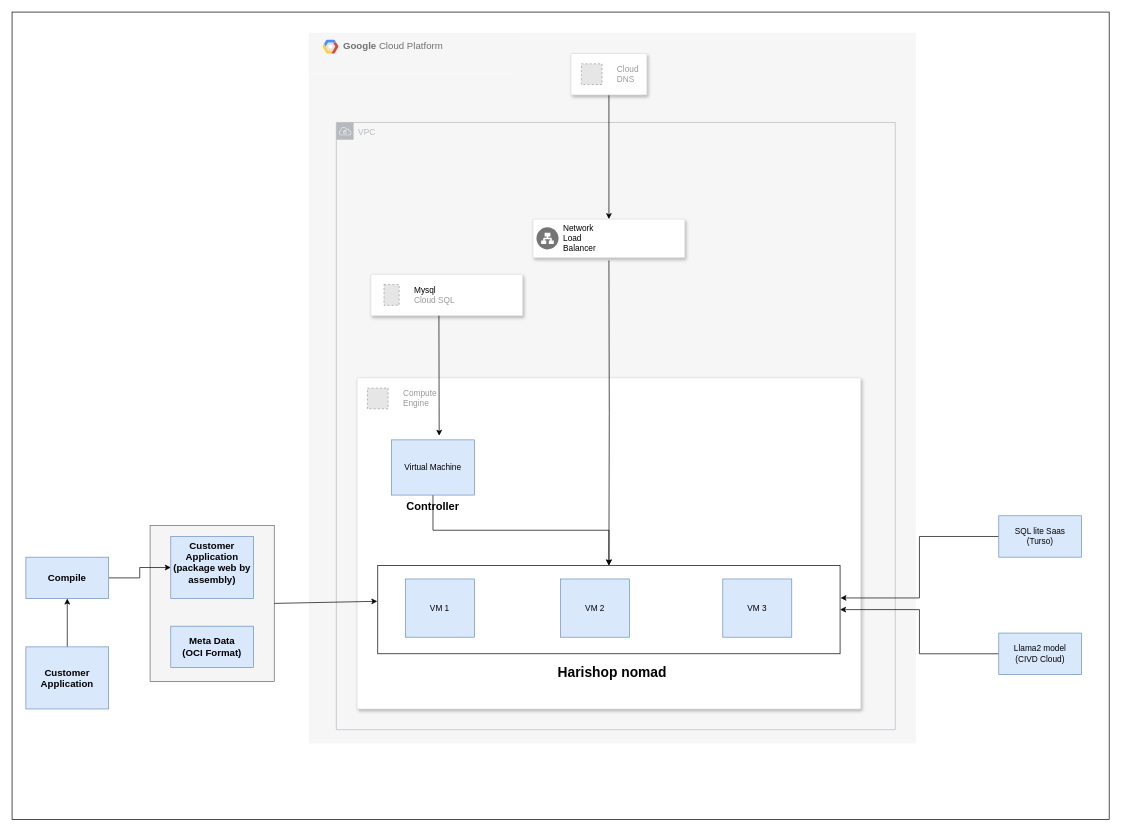
Above: fronym.drawio in anshultaak/Readme (draw.io), before the change. Source tidied: cells renumbered, new cells numbered last; positions are measured from the earlier drawing's top-left corner, leaving out a move shared by most shapes. Both pictures are drawn from the tidied source at 69%, with x=0, y=0 at pixel (12, 12). Pictures stored in the file or linked from it are replaced by grey dashed boxes.
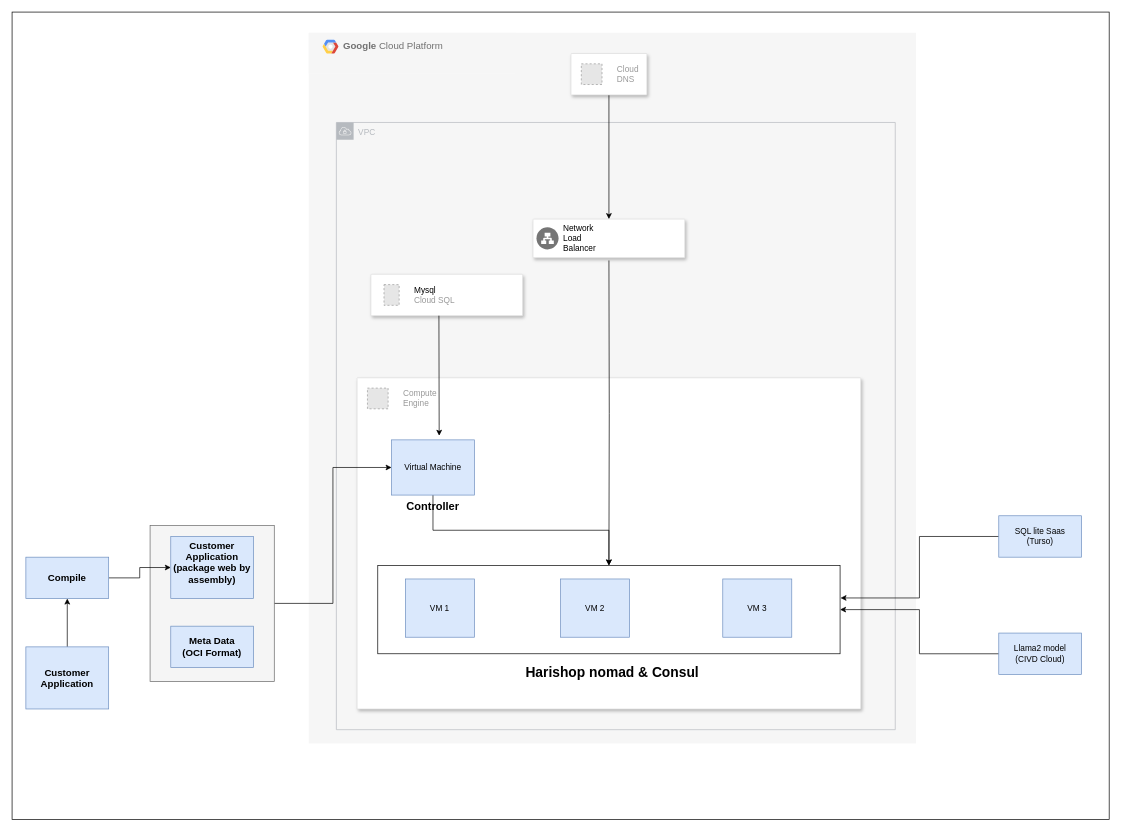
The same page after the edit.

The change refers to these unchanged cells:
```xml
<mxCell id="6" style="strokeColor=#dddddd;shadow=1;strokeWidth=1;rounded=1;absoluteArcSize=1;arcSize=2;" parent="3" vertex="1">
  <mxGeometry x="70" y="500" width="730" height="480" as="geometry" />
</mxCell>
<mxCell id="8" style="rounded=0;whiteSpace=wrap;html=1;" parent="6" vertex="1">
  <mxGeometry x="30" y="272" width="670" height="128" as="geometry" />
</mxCell>
<mxCell id="14" value="Virtual Machine" style="rounded=0;whiteSpace=wrap;html=1;fillColor=#dae8fc;strokeColor=#6c8ebf;" parent="6" vertex="1">
  <mxGeometry x="50" y="90" width="120" height="80" as="geometry" />
</mxCell>
<mxCell id="31" style="rounded=0;whiteSpace=wrap;html=1;fillColor=#f5f5f5;fontColor=#333333;strokeColor=#666666;" parent="1" vertex="1">
  <mxGeometry x="200" y="744" width="180" height="226" as="geometry" />
</mxCell>
```

Diff of the diagram source:
```diff
@@
-    <mxCell id="9" value="&lt;font size=&quot;1&quot; style=&quot;&quot;&gt;&lt;b style=&quot;font-size: 20px;&quot;&gt;Harishop nomad&lt;/b&gt;&lt;/font&gt;" style="text;html=1;align=center;verticalAlign=middle;whiteSpace=wrap;rounded=0;strokeWidth=3;" parent="6" vertex="1">
+    <mxCell id="9" value="&lt;font size=&quot;1&quot; style=&quot;&quot;&gt;&lt;b style=&quot;font-size: 20px;&quot;&gt;Harishop nomad &amp;amp; Consul&lt;/b&gt;&lt;/font&gt;" style="text;html=1;align=center;verticalAlign=middle;whiteSpace=wrap;rounded=0;strokeWidth=3;" parent="6" vertex="1">
       <mxGeometry x="220" y="387.1" width="300" height="77.4" as="geometry" />
     </mxCell>
@@
+    <mxCell id="39" style="edgeStyle=orthogonalEdgeStyle;rounded=0;jettySize=auto;html=1;entryX=0;entryY=0.5;entryDx=0;entryDy=0;" parent="1" edge="1" source="31" target="14">
+      <mxGeometry relative="1" as="geometry" />
+    </mxCell>
@@
-    <mxCell id="38" style="endArrow=classic;html=1;rounded=0;exitX=1;exitY=0.5;exitDx=0;exitDy=0;entryX=-0.001;entryY=0.406;entryDx=0;entryDy=0;entryPerimeter=0;" parent="1" edge="1" source="31" target="8">
-      <mxGeometry relative="1" as="geometry" />
-    </mxCell>
```
